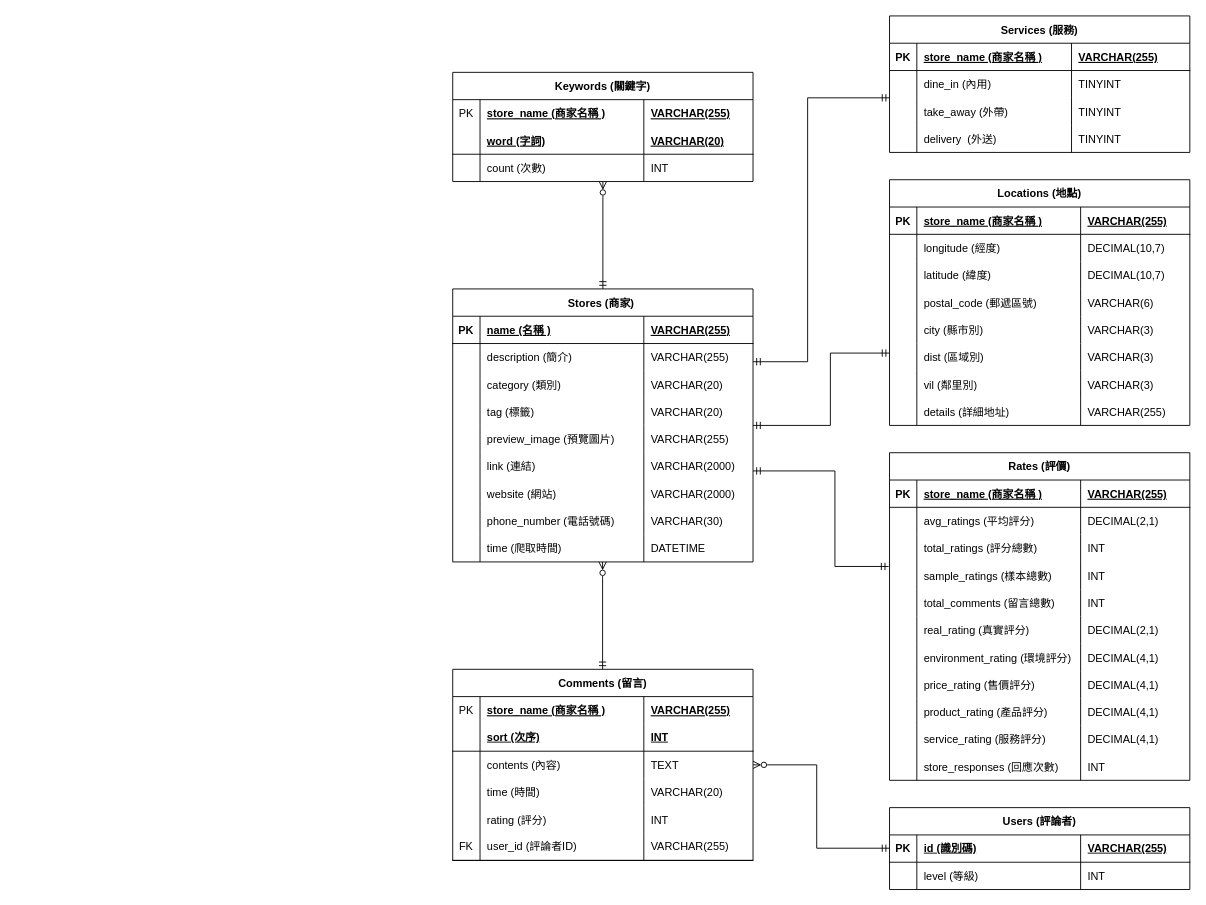
Earlier version of the draw.io diagram 文件資料/物件導向分析/實體關係圖.drawio (Cuddles-Yu/ntub-coding). Source tidied: cells renumbered, new cells numbered last; positions are measured from the earlier drawing's top-left corner, leaving out a move shared by most shapes. Both pictures are drawn from the tidied source at 91%, with x=0, y=0 at pixel (452, 15).
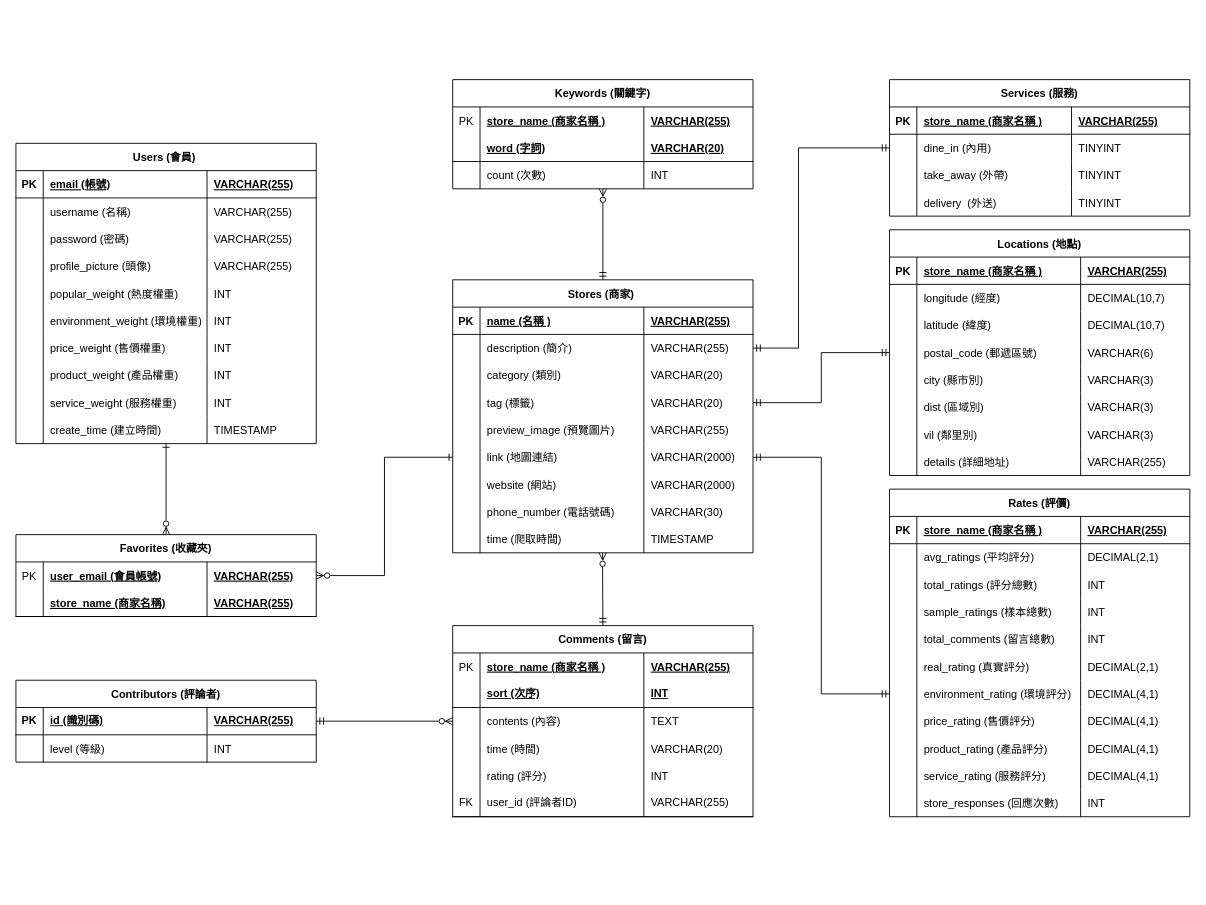
The same page after the edit.

The change refers to these unchanged cells:
```xml
<mxCell id="15" style="shape=partialRectangle;fillColor=none;points=[[0,0.5],[1,0.5]];portConstraint=eastwest;top=0;left=0;right=0;bottom=0;" parent="2" vertex="1">
  <mxGeometry y="120" width="330" height="30" as="geometry" />
</mxCell>
<mxCell id="44" style="shape=partialRectangle;fillColor=none;points=[[0,0.5],[1,0.5]];portConstraint=eastwest;top=0;left=0;right=0;bottom=0;" parent="35" vertex="1">
  <mxGeometry y="90" width="330" height="30" as="geometry" />
</mxCell>
<mxCell id="65" style="shape=partialRectangle;fillColor=none;points=[[0,0.5],[1,0.5]];portConstraint=eastwest;top=0;left=0;right=0;bottom=0;" parent="60" vertex="1">
  <mxGeometry y="60" width="330" height="30" as="geometry" />
</mxCell>
<mxCell id="73" style="shape=partialRectangle;fillColor=none;points=[[0,0.5],[1,0.5]];portConstraint=eastwest;top=0;left=0;right=0;bottom=0;" parent="60" vertex="1">
  <mxGeometry y="120" width="330" height="30" as="geometry" />
</mxCell>
<mxCell id="81" style="shape=partialRectangle;fillColor=none;points=[[0,0.5],[1,0.5]];portConstraint=eastwest;top=0;left=0;right=0;bottom=0;" parent="60" vertex="1">
  <mxGeometry y="180" width="330" height="30" as="geometry" />
</mxCell>
<mxCell id="93" style="shape=partialRectangle;fillColor=none;top=0;left=0;right=0;bottom=0;" parent="60" vertex="1">
  <mxGeometry y="270" width="330" height="30" as="geometry" />
</mxCell>
<mxCell id="98" style="shape=tableRow;horizontal=0;startSize=0;swimlaneHead=0;swimlaneBody=0;fillColor=none;points=[[0,0.5],[1,0.5]];portConstraint=eastwest;top=0;left=0;right=0;bottom=1;fontStyle=1;" parent="97" vertex="1">
  <mxGeometry y="30" width="330" height="30" as="geometry" />
</mxCell>
<mxCell id="131" style="shape=partialRectangle;fillColor=none;points=[[0,0.5],[1,0.5]];portConstraint=eastwest;top=0;left=0;right=0;bottom=0;" parent="106" vertex="1">
  <mxGeometry y="210" width="330" height="30" as="geometry" />
</mxCell>
<mxCell id="163" style="shape=partialRectangle;fillColor=none;points=[[0,0.5],[1,0.5]];portConstraint=eastwest;top=0;left=0;right=0;bottom=0;" parent="154" vertex="1">
  <mxGeometry y="90" width="330" height="30" as="geometry" />
</mxCell>
<mxCell id="173" style="shape=partialRectangle;fillColor=none;points=[[0,0.5],[1,0.5]];portConstraint=eastwest;top=0;left=0;right=0;bottom=0;" parent="168" vertex="1">
  <mxGeometry y="60" width="330" height="30" as="geometry" />
</mxCell>
```

What changed in the source:
```diff
@@
     <mxCell id="2" value="Locations (地點)" style="shape=table;startSize=30;childLayout=tableLayout;rowLines=0;fontStyle=1;align=center;" parent="1" vertex="1">
-      <mxGeometry x="480" y="180" width="330" height="270" as="geometry" />
+      <mxGeometry x="480" y="235" width="330" height="270" as="geometry" />
     </mxCell>
@@
     <mxCell id="35" value="Comments (留言)" style="shape=table;startSize=30;childLayout=tableLayout;rowLines=0;fontStyle=1;align=center;labelBorderColor=none;" parent="1" vertex="1">
-      <mxGeometry y="718" width="330" height="210" as="geometry" />
+      <mxGeometry y="670" width="330" height="210" as="geometry" />
     </mxCell>
@@
     <mxCell id="60" value="Stores (商家) " style="shape=table;startSize=30;childLayout=tableLayout;rowLines=0;fontStyle=1;align=center;" parent="1" vertex="1">
-      <mxGeometry y="300" width="330" height="300" as="geometry" />
+      <mxGeometry y="290" width="330" height="300" as="geometry" />
     </mxCell>
@@
-    <mxCell id="83" value="link (連結)" style="shape=partialRectangle;overflow=hidden;fillColor=none;top=0;left=0;bottom=0;right=0;align=left;spacingLeft=6;" parent="81" vertex="1">
+    <mxCell id="83" value="link (地圖連結)" style="shape=partialRectangle;overflow=hidden;fillColor=none;top=0;left=0;bottom=0;right=0;align=left;spacingLeft=6;" parent="81" vertex="1">
       <mxGeometry x="30" width="180" height="30" as="geometry" />
     </mxCell>
@@
-    <mxCell id="96" value="DATETIME" style="shape=partialRectangle;overflow=hidden;fillColor=none;top=0;left=0;bottom=0;right=0;align=left;spacingLeft=6;" parent="93" vertex="1">
+    <mxCell id="96" value="TIMESTAMP" style="shape=partialRectangle;overflow=hidden;fillColor=none;top=0;left=0;bottom=0;right=0;align=left;spacingLeft=6;" parent="93" vertex="1">
       <mxGeometry x="210" width="120" height="30" as="geometry" />
     </mxCell>
-    <mxCell id="97" value="Users (評論者)" style="shape=table;startSize=30;childLayout=tableLayout;rowLines=0;fontStyle=1;align=center;" parent="1" vertex="1">
-      <mxGeometry x="480" y="870" width="330" height="90" as="geometry" />
+    <mxCell id="97" value="Contributors (評論者)" style="shape=table;startSize=30;childLayout=tableLayout;rowLines=0;fontStyle=1;align=center;" parent="1" vertex="1">
+      <mxGeometry x="-480" y="730" width="330" height="90" as="geometry" />
     </mxCell>
@@
     <mxCell id="106" value="Rates (評價)" style="shape=table;startSize=30;childLayout=tableLayout;rowLines=0;fontStyle=1;align=center;" parent="1" vertex="1">
-      <mxGeometry x="480" y="480" width="330" height="360" as="geometry" />
+      <mxGeometry x="480" y="520" width="330" height="360" as="geometry" />
     </mxCell>
@@
-    <mxCell id="151" style="edgeStyle=orthogonalEdgeStyle;rounded=0;jettySize=auto;html=1;endArrow=ERmandOne;endFill=0;startArrow=ERmandOne;startFill=0;exitX=0;exitY=0;exitDx=0;exitDy=0;exitPerimeter=0;" parent="1" edge="1" target="73">
-      <mxGeometry relative="1" as="geometry">
-        <mxPoint x="480" y="370.5" as="sourcePoint" />
-        <Array as="points">
-          <mxPoint x="415" y="371" />
-          <mxPoint x="415" y="450" />
-        </Array>
-      </mxGeometry>
-    </mxCell>
-    <mxCell id="152" style="edgeStyle=orthogonalEdgeStyle;rounded=0;orthogonalLoop=1;jettySize=auto;html=1;endArrow=ERmandOne;endFill=0;startArrow=ERmandOne;startFill=0;exitX=0;exitY=0.5;exitDx=0;exitDy=0;" parent="1" edge="1">
-      <mxGeometry relative="1" as="geometry">
-        <mxPoint x="480" y="90" as="sourcePoint" />
-        <mxPoint x="330" y="380" as="targetPoint" />
-        <Array as="points">
-          <mxPoint x="390" y="90" />
-          <mxPoint x="390" y="380" />
-        </Array>
-      </mxGeometry>
-    </mxCell>
-    <mxCell id="153" style="edgeStyle=orthogonalEdgeStyle;rounded=0;jettySize=auto;html=1;endArrow=ERzeroToMany;endFill=0;startArrow=ERmandOne;startFill=0;entryX=1;entryY=0.5;entryDx=0;entryDy=0;" parent="1" edge="1" target="44">
-      <mxGeometry relative="1" as="geometry">
-        <mxPoint x="480" y="914.6" as="sourcePoint" />
-        <Array as="points">
-          <mxPoint x="400" y="915" />
-          <mxPoint x="400" y="823" />
-        </Array>
-      </mxGeometry>
-    </mxCell>
     <mxCell id="154" value="Keywords (關鍵字)" style="shape=table;startSize=30;childLayout=tableLayout;rowLines=0;fontStyle=1;align=center;" parent="1" vertex="1">
-      <mxGeometry y="62" width="330" height="120" as="geometry" />
+      <mxGeometry y="70" width="330" height="120" as="geometry" />
     </mxCell>
@@
     <mxCell id="167" style="edgeStyle=orthogonalEdgeStyle;rounded=0;jettySize=auto;html=1;endArrow=ERmandOne;endFill=0;startArrow=ERzeroToMany;startFill=0;entryX=0.5;entryY=0;entryDx=0;entryDy=0;" parent="1" edge="1" source="163" target="60">
       <mxGeometry relative="1" as="geometry">
         <Array as="points">
-          <mxPoint x="165" y="200" />
-          <mxPoint x="165" y="200" />
+          <mxPoint x="165" y="190" />
+          <mxPoint x="165" y="190" />
         </Array>
       </mxGeometry>
     </mxCell>
     <mxCell id="168" value="Services (服務)" style="shape=table;startSize=30;childLayout=tableLayout;rowLines=0;fontStyle=1;align=center;" parent="1" vertex="1">
-      <mxGeometry x="480" width="330" height="150" as="geometry" />
+      <mxGeometry x="480" y="70" width="330" height="150" as="geometry" />
     </mxCell>
@@
-    <mxCell id="185" style="edgeStyle=orthogonalEdgeStyle;rounded=0;orthogonalLoop=1;jettySize=auto;html=1;endArrow=ERmandOne;endFill=0;startArrow=ERmandOne;startFill=0;entryX=1;entryY=0.5;entryDx=0;entryDy=0;" parent="1" edge="1">
-      <mxGeometry relative="1" as="geometry">
-        <mxPoint x="479" y="605" as="sourcePoint" />
-        <mxPoint x="330" y="500" as="targetPoint" />
-        <Array as="points">
-          <mxPoint x="420" y="605" />
-          <mxPoint x="420" y="500" />
-        </Array>
-      </mxGeometry>
-    </mxCell>
-    <mxCell id="186" style="edgeStyle=orthogonalEdgeStyle;rounded=0;orthogonalLoop=1;jettySize=auto;html=1;endArrow=ERmandOne;endFill=0;startArrow=ERzeroToMany;startFill=0;entryX=0.5;entryY=0;entryDx=0;entryDy=0;" parent="1" edge="1">
+    <mxCell id="186" style="edgeStyle=orthogonalEdgeStyle;rounded=0;jettySize=auto;html=1;endArrow=ERmandOne;endFill=0;startArrow=ERzeroToMany;startFill=0;entryX=0.5;entryY=0;entryDx=0;entryDy=0;" parent="1" edge="1" target="35">
       <mxGeometry relative="1" as="geometry">
-        <mxPoint x="164.7" y="600" as="sourcePoint" />
-        <mxPoint x="164.7" y="718" as="targetPoint" />
+        <mxPoint x="164.7" y="590" as="sourcePoint" />
         <Array as="points">
-          <mxPoint x="164.7" y="618" />
-          <mxPoint x="164.7" y="618" />
+          <mxPoint x="165" y="608" />
         </Array>
       </mxGeometry>
     </mxCell>
+    <mxCell id="187" style="edgeStyle=orthogonalEdgeStyle;rounded=0;jettySize=auto;html=1;entryX=0;entryY=0.5;entryDx=0;entryDy=0;endArrow=ERone;endFill=0;startArrow=ERzeroToMany;startFill=0;exitX=1;exitY=0.5;exitDx=0;exitDy=0;" parent="1" edge="1" source="189" target="81">
+      <mxGeometry relative="1" as="geometry" />
+    </mxCell>
+    <mxCell id="188" value="Favorites (收藏夾)" style="shape=table;startSize=30;childLayout=tableLayout;rowLines=0;fontStyle=1;align=center;" parent="1" vertex="1">
+      <mxGeometry x="-480" y="570" width="330" height="90" as="geometry" />
+    </mxCell>
+    <mxCell id="189" style="shape=partialRectangle;fillColor=none;points=[[0,0.5],[1,0.5]];portConstraint=eastwest;top=0;left=0;right=0;bottom=0;" parent="188" vertex="1">
+      <mxGeometry y="30" width="330" height="30" as="geometry" />
+    </mxCell>
+    <mxCell id="190" value="PK" style="shape=partialRectangle;overflow=hidden;fillColor=none;top=0;left=0;bottom=0;right=0;" parent="189" vertex="1">
+      <mxGeometry width="30" height="30" as="geometry" />
+    </mxCell>
+    <mxCell id="191" value="user_email (會員帳號)" style="shape=partialRectangle;overflow=hidden;fillColor=none;top=0;left=0;bottom=0;right=0;align=left;spacingLeft=6;fontStyle=5;" parent="189" vertex="1">
+      <mxGeometry x="30" width="180" height="30" as="geometry" />
+    </mxCell>
+    <mxCell id="192" value="VARCHAR(255)" style="shape=partialRectangle;overflow=hidden;fillColor=none;top=0;left=0;bottom=0;right=0;align=left;spacingLeft=6;fontStyle=5;" parent="189" vertex="1">
+      <mxGeometry x="210" width="120" height="30" as="geometry" />
+    </mxCell>
+    <mxCell id="193" style="shape=partialRectangle;fillColor=none;top=0;left=0;right=0;bottom=1;strokeColor=inherit;" parent="188" vertex="1">
+      <mxGeometry y="60" width="330" height="30" as="geometry" />
+    </mxCell>
+    <mxCell id="194" style="shape=partialRectangle;overflow=hidden;fillColor=none;top=0;left=0;bottom=0;right=0;fontStyle=1;" parent="193" vertex="1">
+      <mxGeometry width="30" height="30" as="geometry" />
+    </mxCell>
+    <mxCell id="195" value="store_name (商家名稱)" style="shape=partialRectangle;overflow=hidden;fillColor=none;top=0;left=0;bottom=0;right=0;align=left;spacingLeft=6;fontStyle=5;strokeColor=inherit;" parent="193" vertex="1">
+      <mxGeometry x="30" width="180" height="30" as="geometry" />
+    </mxCell>
+    <mxCell id="196" value="VARCHAR(255)" style="shape=partialRectangle;overflow=hidden;fillColor=none;top=0;left=0;bottom=0;right=0;align=left;spacingLeft=6;fontStyle=5;" parent="193" vertex="1">
+      <mxGeometry x="210" width="120" height="30" as="geometry" />
+    </mxCell>
+    <mxCell id="197" style="edgeStyle=orthogonalEdgeStyle;rounded=0;jettySize=auto;html=1;entryX=0.5;entryY=0;entryDx=0;entryDy=0;endArrow=ERzeroToMany;endFill=0;startArrow=ERone;startFill=0;" parent="1" edge="1" source="198" target="188">
+      <mxGeometry relative="1" as="geometry" />
+    </mxCell>
+    <mxCell id="198" value="Users (會員) " style="shape=table;startSize=30;childLayout=tableLayout;rowLines=0;fontStyle=1;align=center;" parent="1" vertex="1">
+      <mxGeometry x="-480" y="140" width="330" height="330" as="geometry" />
+    </mxCell>
+    <mxCell id="199" style="shape=partialRectangle;fillColor=none;top=0;left=0;right=0;bottom=1;" parent="198" vertex="1">
+      <mxGeometry y="30" width="330" height="30" as="geometry" />
+    </mxCell>
+    <mxCell id="200" value="PK" style="shape=partialRectangle;overflow=hidden;fillColor=none;top=0;left=0;bottom=0;right=0;fontStyle=1;" parent="199" vertex="1">
+      <mxGeometry width="30" height="30" as="geometry" />
+    </mxCell>
+    <mxCell id="201" value="email (帳號)" style="shape=partialRectangle;overflow=hidden;fillColor=none;top=0;left=0;bottom=0;right=0;align=left;spacingLeft=6;fontStyle=5;" parent="199" vertex="1">
+      <mxGeometry x="30" width="180" height="30" as="geometry" />
+    </mxCell>
+    <mxCell id="202" value="VARCHAR(255)" style="shape=partialRectangle;overflow=hidden;fillColor=none;top=0;left=0;bottom=0;right=0;align=left;spacingLeft=6;fontStyle=5;" parent="199" vertex="1">
+      <mxGeometry x="210" width="120" height="30" as="geometry" />
+    </mxCell>
+    <mxCell id="203" style="shape=partialRectangle;fillColor=none;top=0;left=0;right=0;bottom=0;" parent="198" vertex="1">
+      <mxGeometry y="60" width="330" height="30" as="geometry" />
+    </mxCell>
+    <mxCell id="204" style="shape=partialRectangle;overflow=hidden;fillColor=none;top=0;left=0;bottom=0;right=0;" parent="203" vertex="1">
+      <mxGeometry width="30" height="30" as="geometry" />
+    </mxCell>
+    <mxCell id="205" value="username (名稱)" style="shape=partialRectangle;overflow=hidden;fillColor=none;top=0;left=0;bottom=0;right=0;align=left;spacingLeft=6;" parent="203" vertex="1">
+      <mxGeometry x="30" width="180" height="30" as="geometry" />
+    </mxCell>
+    <mxCell id="206" value="VARCHAR(255)" style="shape=partialRectangle;overflow=hidden;fillColor=none;top=0;left=0;bottom=0;right=0;align=left;spacingLeft=6;" parent="203" vertex="1">
+      <mxGeometry x="210" width="120" height="30" as="geometry" />
+    </mxCell>
+    <mxCell id="207" style="shape=partialRectangle;fillColor=none;top=0;left=0;right=0;bottom=0;" parent="198" vertex="1">
+      <mxGeometry y="90" width="330" height="30" as="geometry" />
+    </mxCell>
+    <mxCell id="208" style="shape=partialRectangle;overflow=hidden;fillColor=none;top=0;left=0;bottom=0;right=0;" parent="207" vertex="1">
+      <mxGeometry width="30" height="30" as="geometry" />
+    </mxCell>
+    <mxCell id="209" value="password (密碼)" style="shape=partialRectangle;overflow=hidden;fillColor=none;top=0;left=0;bottom=0;right=0;align=left;spacingLeft=6;" parent="207" vertex="1">
+      <mxGeometry x="30" width="180" height="30" as="geometry" />
+    </mxCell>
+    <mxCell id="210" value="VARCHAR(255)" style="shape=partialRectangle;overflow=hidden;fillColor=none;top=0;left=0;bottom=0;right=0;align=left;spacingLeft=6;" parent="207" vertex="1">
+      <mxGeometry x="210" width="120" height="30" as="geometry" />
+    </mxCell>
+    <mxCell id="211" style="shape=partialRectangle;fillColor=none;top=0;left=0;right=0;bottom=0;" parent="198" vertex="1">
+      <mxGeometry y="120" width="330" height="30" as="geometry" />
+    </mxCell>
+    <mxCell id="212" style="shape=partialRectangle;overflow=hidden;fillColor=none;top=0;left=0;bottom=0;right=0;" parent="211" vertex="1">
+      <mxGeometry width="30" height="30" as="geometry" />
+    </mxCell>
+    <mxCell id="213" value="profile_picture (頭像)" style="shape=partialRectangle;overflow=hidden;fillColor=none;top=0;left=0;bottom=0;right=0;align=left;spacingLeft=6;" parent="211" vertex="1">
+      <mxGeometry x="30" width="180" height="30" as="geometry" />
+    </mxCell>
+    <mxCell id="214" value="VARCHAR(255)" style="shape=partialRectangle;overflow=hidden;fillColor=none;top=0;left=0;bottom=0;right=0;align=left;spacingLeft=6;" parent="211" vertex="1">
+      <mxGeometry x="210" width="120" height="30" as="geometry" />
+    </mxCell>
+    <mxCell id="215" style="shape=partialRectangle;fillColor=none;top=0;left=0;right=0;bottom=0;" parent="198" vertex="1">
+      <mxGeometry y="150" width="330" height="30" as="geometry" />
+    </mxCell>
+    <mxCell id="216" style="shape=partialRectangle;overflow=hidden;fillColor=none;top=0;left=0;bottom=0;right=0;" parent="215" vertex="1">
+      <mxGeometry width="30" height="30" as="geometry" />
+    </mxCell>
+    <mxCell id="217" value="popular_weight (熱度權重)" style="shape=partialRectangle;overflow=hidden;fillColor=none;top=0;left=0;bottom=0;right=0;align=left;spacingLeft=6;" parent="215" vertex="1">
+      <mxGeometry x="30" width="180" height="30" as="geometry" />
+    </mxCell>
+    <mxCell id="218" value="INT" style="shape=partialRectangle;overflow=hidden;fillColor=none;top=0;left=0;bottom=0;right=0;align=left;spacingLeft=6;" parent="215" vertex="1">
+      <mxGeometry x="210" width="120" height="30" as="geometry" />
+    </mxCell>
+    <mxCell id="219" style="shape=partialRectangle;fillColor=none;top=0;left=0;right=0;bottom=0;" parent="198" vertex="1">
+      <mxGeometry y="180" width="330" height="30" as="geometry" />
+    </mxCell>
+    <mxCell id="220" style="shape=partialRectangle;overflow=hidden;fillColor=none;top=0;left=0;bottom=0;right=0;" parent="219" vertex="1">
+      <mxGeometry width="30" height="30" as="geometry" />
+    </mxCell>
+    <mxCell id="221" value="environment_weight (環境權重)" style="shape=partialRectangle;overflow=hidden;fillColor=none;top=0;left=0;bottom=0;right=0;align=left;spacingLeft=6;" parent="219" vertex="1">
+      <mxGeometry x="30" width="180" height="30" as="geometry" />
+    </mxCell>
+    <mxCell id="222" value="INT" style="shape=partialRectangle;overflow=hidden;fillColor=none;top=0;left=0;bottom=0;right=0;align=left;spacingLeft=6;" parent="219" vertex="1">
+      <mxGeometry x="210" width="120" height="30" as="geometry" />
+    </mxCell>
+    <mxCell id="223" style="shape=partialRectangle;fillColor=none;top=0;left=0;right=0;bottom=0;" parent="198" vertex="1">
+      <mxGeometry y="210" width="330" height="30" as="geometry" />
+    </mxCell>
+    <mxCell id="224" style="shape=partialRectangle;overflow=hidden;fillColor=none;top=0;left=0;bottom=0;right=0;" parent="223" vertex="1">
+      <mxGeometry width="30" height="30" as="geometry" />
+    </mxCell>
+    <mxCell id="225" value="price_weight (售價權重)" style="shape=partialRectangle;overflow=hidden;fillColor=none;top=0;left=0;bottom=0;right=0;align=left;spacingLeft=6;" parent="223" vertex="1">
+      <mxGeometry x="30" width="180" height="30" as="geometry" />
+    </mxCell>
+    <mxCell id="226" value="INT" style="shape=partialRectangle;overflow=hidden;fillColor=none;top=0;left=0;bottom=0;right=0;align=left;spacingLeft=6;" parent="223" vertex="1">
+      <mxGeometry x="210" width="120" height="30" as="geometry" />
+    </mxCell>
+    <mxCell id="227" style="shape=partialRectangle;fillColor=none;top=0;left=0;right=0;bottom=0;" parent="198" vertex="1">
+      <mxGeometry y="240" width="330" height="30" as="geometry" />
+    </mxCell>
+    <mxCell id="228" style="shape=partialRectangle;overflow=hidden;fillColor=none;top=0;left=0;bottom=0;right=0;" parent="227" vertex="1">
+      <mxGeometry width="30" height="30" as="geometry" />
+    </mxCell>
+    <mxCell id="229" value="product_weight (產品權重)" style="shape=partialRectangle;overflow=hidden;fillColor=none;top=0;left=0;bottom=0;right=0;align=left;spacingLeft=6;" parent="227" vertex="1">
+      <mxGeometry x="30" width="180" height="30" as="geometry" />
+    </mxCell>
+    <mxCell id="230" value="INT" style="shape=partialRectangle;overflow=hidden;fillColor=none;top=0;left=0;bottom=0;right=0;align=left;spacingLeft=6;" parent="227" vertex="1">
+      <mxGeometry x="210" width="120" height="30" as="geometry" />
+    </mxCell>
+    <mxCell id="231" style="shape=partialRectangle;fillColor=none;top=0;left=0;right=0;bottom=0;" parent="198" vertex="1">
+      <mxGeometry y="270" width="330" height="30" as="geometry" />
+    </mxCell>
+    <mxCell id="232" style="shape=partialRectangle;overflow=hidden;fillColor=none;top=0;left=0;bottom=0;right=0;" parent="231" vertex="1">
+      <mxGeometry width="30" height="30" as="geometry" />
+    </mxCell>
+    <mxCell id="233" value="service_weight (服務權重)" style="shape=partialRectangle;overflow=hidden;fillColor=none;top=0;left=0;bottom=0;right=0;align=left;spacingLeft=6;" parent="231" vertex="1">
+      <mxGeometry x="30" width="180" height="30" as="geometry" />
+    </mxCell>
+    <mxCell id="234" value="INT" style="shape=partialRectangle;overflow=hidden;fillColor=none;top=0;left=0;bottom=0;right=0;align=left;spacingLeft=6;" parent="231" vertex="1">
+      <mxGeometry x="210" width="120" height="30" as="geometry" />
+    </mxCell>
+    <mxCell id="235" style="shape=partialRectangle;fillColor=none;top=0;left=0;right=0;bottom=0;" parent="198" vertex="1">
+      <mxGeometry y="300" width="330" height="30" as="geometry" />
+    </mxCell>
+    <mxCell id="236" style="shape=partialRectangle;overflow=hidden;fillColor=none;top=0;left=0;bottom=0;right=0;" parent="235" vertex="1">
+      <mxGeometry width="30" height="30" as="geometry" />
+    </mxCell>
+    <mxCell id="237" value="create_time (建立時間)" style="shape=partialRectangle;overflow=hidden;fillColor=none;top=0;left=0;bottom=0;right=0;align=left;spacingLeft=6;" parent="235" vertex="1">
+      <mxGeometry x="30" width="180" height="30" as="geometry" />
+    </mxCell>
+    <mxCell id="238" value="TIMESTAMP" style="shape=partialRectangle;overflow=hidden;fillColor=none;top=0;left=0;bottom=0;right=0;align=left;spacingLeft=6;" parent="235" vertex="1">
+      <mxGeometry x="210" width="120" height="30" as="geometry" />
+    </mxCell>
+    <mxCell id="239" style="edgeStyle=orthogonalEdgeStyle;rounded=0;jettySize=auto;html=1;entryX=0;entryY=0.5;entryDx=0;entryDy=0;startArrow=ERmandOne;startFill=0;endArrow=ERmandOne;endFill=0;" parent="1" edge="1" source="73" target="15">
+      <mxGeometry relative="1" as="geometry" />
+    </mxCell>
+    <mxCell id="240" style="edgeStyle=orthogonalEdgeStyle;rounded=0;jettySize=auto;html=1;entryX=1;entryY=0.5;entryDx=0;entryDy=0;startArrow=ERzeroToMany;startFill=0;endArrow=ERmandOne;endFill=0;" parent="1" edge="1" source="44" target="98">
+      <mxGeometry relative="1" as="geometry" />
+    </mxCell>
+    <mxCell id="241" style="edgeStyle=orthogonalEdgeStyle;rounded=0;jettySize=auto;html=1;entryX=0;entryY=0.5;entryDx=0;entryDy=0;startArrow=ERmandOne;startFill=0;endArrow=ERmandOne;endFill=0;" parent="1" edge="1" source="81" target="131">
+      <mxGeometry relative="1" as="geometry" />
+    </mxCell>
+    <mxCell id="242" style="edgeStyle=orthogonalEdgeStyle;rounded=0;jettySize=auto;html=1;entryX=0;entryY=0.5;entryDx=0;entryDy=0;startArrow=ERmandOne;startFill=0;endArrow=ERmandOne;endFill=0;" parent="1" edge="1" source="65" target="173">
+      <mxGeometry relative="1" as="geometry">
+        <Array as="points">
+          <mxPoint x="380" y="365" />
+          <mxPoint x="380" y="145" />
+        </Array>
+      </mxGeometry>
+    </mxCell>
```
